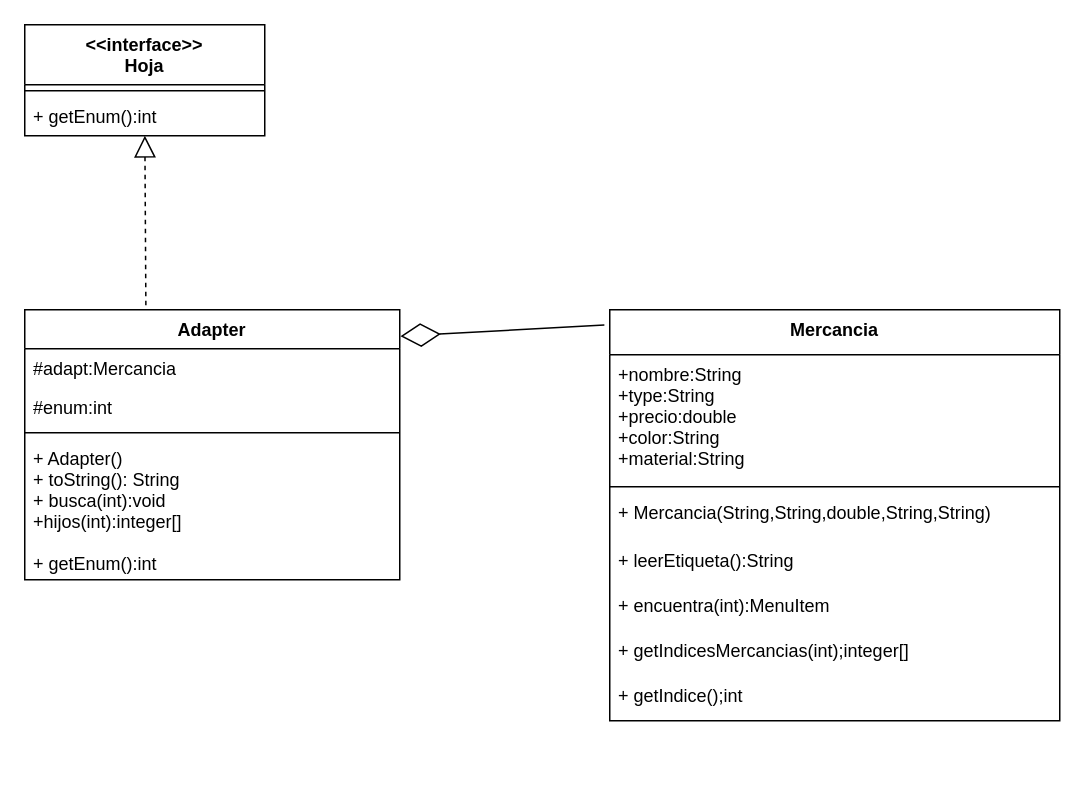
Before: Adapter.drawio in Rogarpa/Proyecto-1-Modelado-y-Programacion, a draw.io diagram. Source tidied: cells renumbered, new cells numbered last; positions are measured from the earlier drawing's top-left corner, leaving out a move shared by most shapes. Both pictures are drawn from the tidied source at 150%, with x=0, y=0 at pixel (24, 24).
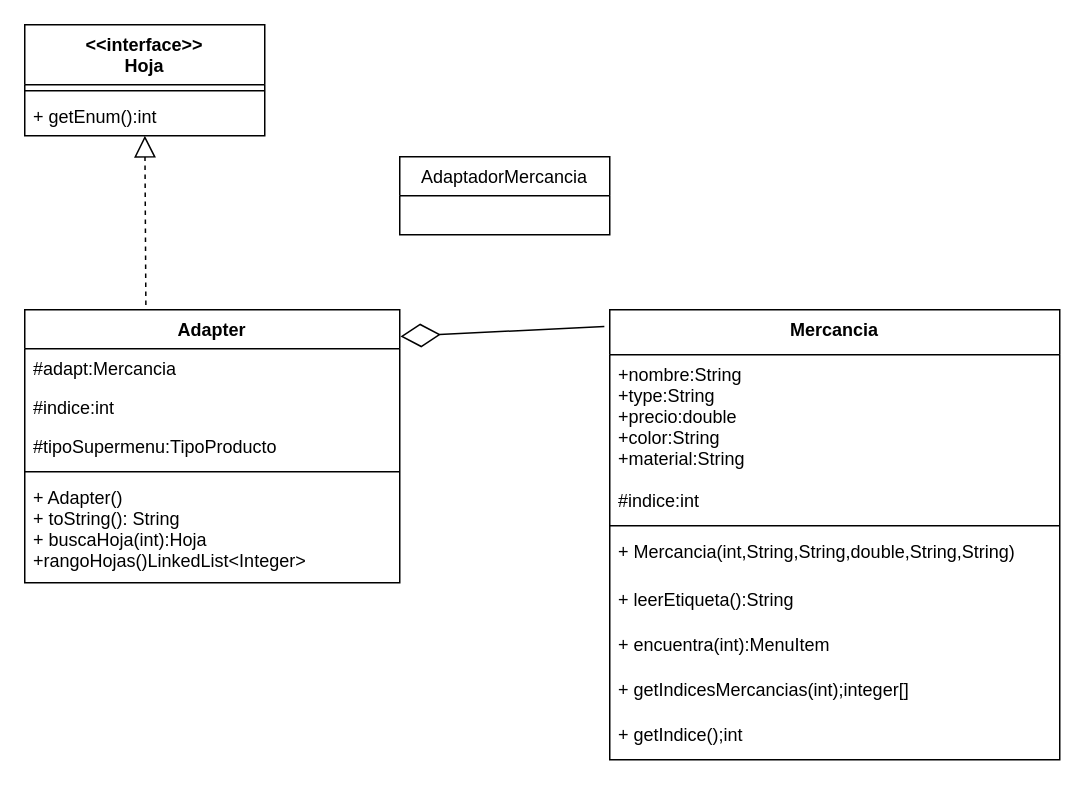
The same page after the edit.

Commit message:
Modificaciones al diagrama de Adapter.

Change to the diagram source:
```diff
@@
     <mxCell id="2" value="Adapter" style="swimlane;fontStyle=1;align=center;verticalAlign=top;horizontal=1;startSize=26;" parent="1" vertex="1">
-      <mxGeometry y="190" width="250" height="180" as="geometry" />
+      <mxGeometry y="190" width="250" height="182" as="geometry" />
     </mxCell>
@@
+    <mxCell id="21" value="#indice:int" style="text;strokeColor=none;fillColor=none;align=left;verticalAlign=top;spacingLeft=4;spacingRight=4;overflow=hidden;" parent="2" vertex="1">
+      <mxGeometry y="52" width="250" height="26" as="geometry" />
+    </mxCell>
-    <mxCell id="4" value="#enum:int" style="text;strokeColor=none;fillColor=none;align=left;verticalAlign=top;spacingLeft=4;spacingRight=4;overflow=hidden;" parent="2" vertex="1">
-      <mxGeometry y="52" width="250" height="26" as="geometry" />
+    <mxCell id="4" value="#tipoSupermenu:TipoProducto" style="text;strokeColor=none;fillColor=none;align=left;verticalAlign=top;spacingLeft=4;spacingRight=4;overflow=hidden;" parent="2" vertex="1">
+      <mxGeometry y="78" width="250" height="26" as="geometry" />
     </mxCell>
     <mxCell id="5" style="line;strokeWidth=1;fillColor=none;align=left;verticalAlign=middle;spacingTop=-1;spacingLeft=3;spacingRight=3;labelPosition=right;" parent="2" vertex="1">
-      <mxGeometry y="78" width="250" height="8" as="geometry" />
+      <mxGeometry y="104" width="250" height="8" as="geometry" />
     </mxCell>
-    <mxCell id="6" value="+ Adapter()&#10;+ toString(): String&#10;+ busca(int):void&#10;+hijos(int):integer[]" style="text;strokeColor=none;fillColor=none;align=left;verticalAlign=top;spacingLeft=4;spacingRight=4;overflow=hidden;" parent="2" vertex="1">
-      <mxGeometry y="86" width="250" height="70" as="geometry" />
+    <mxCell id="6" value="+ Adapter()&#10;+ toString(): String&#10;+ buscaHoja(int):Hoja&#10;+rangoHojas()LinkedList&lt;Integer&gt;" style="text;strokeColor=none;fillColor=none;align=left;verticalAlign=top;spacingLeft=4;spacingRight=4;overflow=hidden;" parent="2" vertex="1">
+      <mxGeometry y="112" width="250" height="70" as="geometry" />
     </mxCell>
-    <mxCell id="7" value="+ getEnum():int" style="text;strokeColor=none;fillColor=none;align=left;verticalAlign=top;spacingLeft=4;spacingRight=4;overflow=hidden;" parent="2" vertex="1">
-      <mxGeometry y="156" width="250" height="24" as="geometry" />
-    </mxCell>
@@
     <mxCell id="9" value="Mercancia" style="swimlane;fontStyle=1;align=center;verticalAlign=top;horizontal=1;startSize=30;" parent="1" vertex="1">
-      <mxGeometry x="390" y="190" width="300" height="274" as="geometry" />
+      <mxGeometry x="390" y="190" width="300" height="300" as="geometry" />
     </mxCell>
@@
+    <mxCell id="22" value="#indice:int" style="text;strokeColor=none;fillColor=none;align=left;verticalAlign=top;spacingLeft=4;spacingRight=4;overflow=hidden;" parent="9" vertex="1">
+      <mxGeometry y="114" width="300" height="26" as="geometry" />
+    </mxCell>
     <mxCell id="11" style="line;strokeWidth=1;fillColor=none;align=left;verticalAlign=middle;spacingTop=-1;spacingLeft=3;spacingRight=3;labelPosition=right;" parent="9" vertex="1">
-      <mxGeometry y="114" width="300" height="8" as="geometry" />
+      <mxGeometry y="140" width="300" height="8" as="geometry" />
     </mxCell>
-    <mxCell id="12" value="+ Mercancia(String,String,double,String,String)" style="text;strokeColor=none;fillColor=none;align=left;verticalAlign=top;spacingLeft=4;spacingRight=4;overflow=hidden;" parent="9" vertex="1">
-      <mxGeometry y="122" width="300" height="32" as="geometry" />
+    <mxCell id="12" value="+ Mercancia(int,String,String,double,String,String)" style="text;strokeColor=none;fillColor=none;align=left;verticalAlign=top;spacingLeft=4;spacingRight=4;overflow=hidden;" parent="9" vertex="1">
+      <mxGeometry y="148" width="300" height="32" as="geometry" />
     </mxCell>
     <mxCell id="13" value="+ leerEtiqueta():String" style="text;strokeColor=none;fillColor=none;align=left;verticalAlign=top;spacingLeft=4;spacingRight=4;overflow=hidden;" parent="9" vertex="1">
-      <mxGeometry y="154" width="300" height="30" as="geometry" />
+      <mxGeometry y="180" width="300" height="30" as="geometry" />
     </mxCell>
     <mxCell id="14" value="+ encuentra(int):MenuItem" style="text;strokeColor=none;fillColor=none;align=left;verticalAlign=top;spacingLeft=4;spacingRight=4;overflow=hidden;" parent="9" vertex="1">
-      <mxGeometry y="184" width="300" height="30" as="geometry" />
+      <mxGeometry y="210" width="300" height="30" as="geometry" />
     </mxCell>
     <mxCell id="15" value="+ getIndicesMercancias(int);integer[]" style="text;strokeColor=none;fillColor=none;align=left;verticalAlign=top;spacingLeft=4;spacingRight=4;overflow=hidden;" parent="9" vertex="1">
-      <mxGeometry y="214" width="300" height="30" as="geometry" />
+      <mxGeometry y="240" width="300" height="30" as="geometry" />
     </mxCell>
     <mxCell id="16" value="+ getIndice();int" style="text;strokeColor=none;fillColor=none;align=left;verticalAlign=top;spacingLeft=4;spacingRight=4;overflow=hidden;" parent="9" vertex="1">
-      <mxGeometry y="244" width="300" height="30" as="geometry" />
+      <mxGeometry y="270" width="300" height="30" as="geometry" />
     </mxCell>
@@
+    <mxCell id="23" value="AdaptadorMercancia" style="swimlane;fontStyle=0;horizontal=1;startSize=26;fillColor=none;" parent="1" vertex="1">
+      <mxGeometry x="250" y="88" width="140" height="52" as="geometry" />
+    </mxCell>
```
